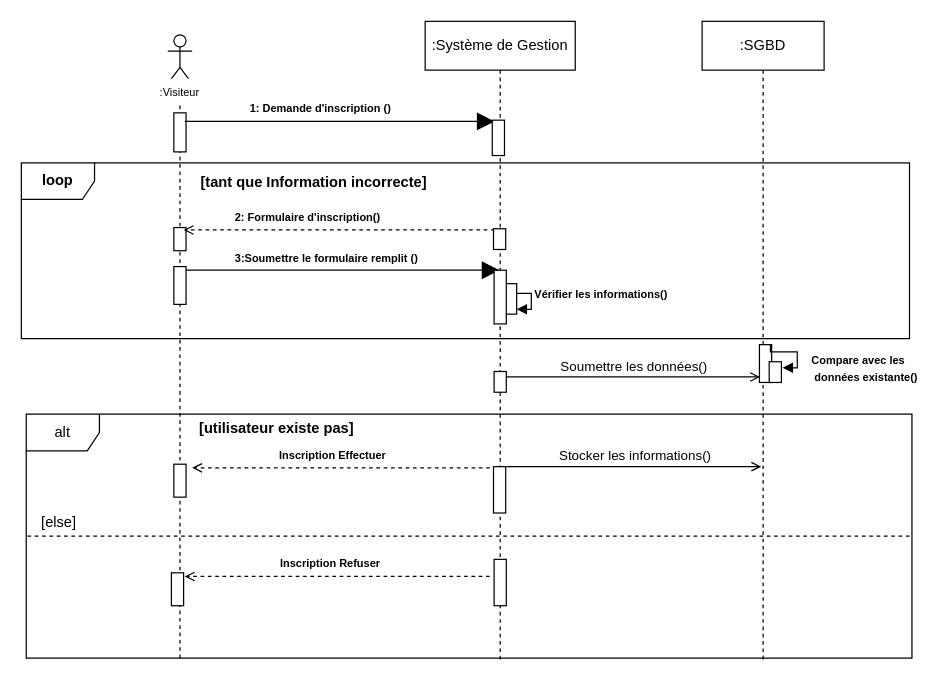
Earlier version of the draw.io diagram Diagramme sequence5.drawio (louis-fresnel99/TpGasaL1). Source tidied: cells renumbered, new cells numbered last; positions are measured from the earlier drawing's top-left corner, leaving out a move shared by most shapes. Both pictures are drawn from the tidied source at 122%, with x=0, y=0 at pixel (21, 21).
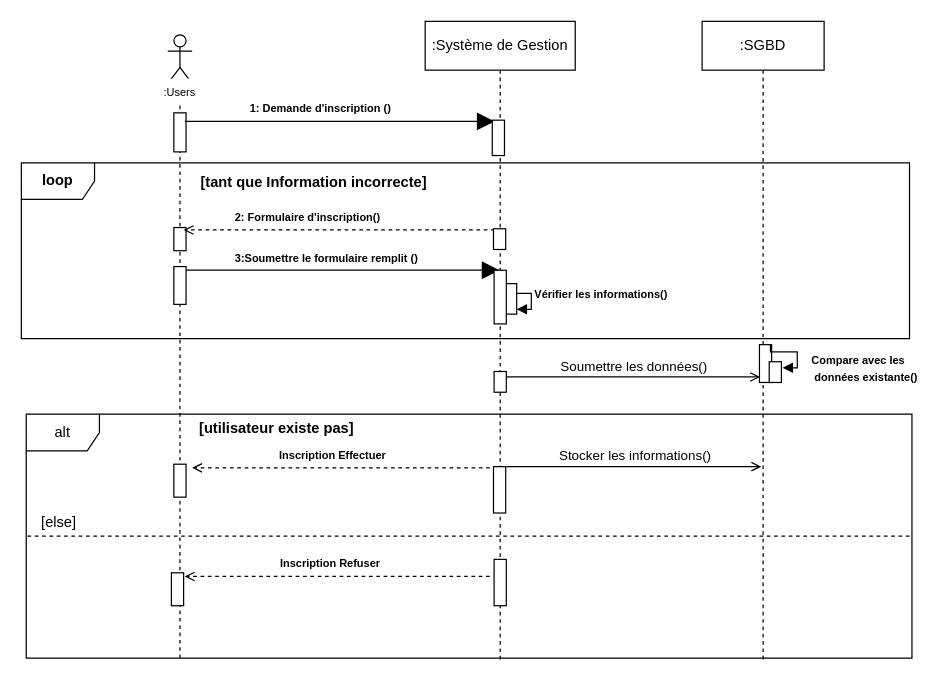
Above is the later version.

Commit message (it also covers changes not shown here):
Mettre à jour Diagramme sequence5.drawio

What changed in the source:
```diff
@@
-    <mxCell id="14" value="&lt;font style=&quot;font-size: 9px;&quot;&gt;:Visiteur&lt;/font&gt;" style="text;html=1;align=center;verticalAlign=middle;whiteSpace=wrap;rounded=0;fillColor=#FFFFFF;" parent="1" vertex="1">
+    <mxCell id="14" value="&lt;font style=&quot;font-size: 9px;&quot;&gt;:Users&lt;/font&gt;" style="text;html=1;align=center;verticalAlign=middle;whiteSpace=wrap;rounded=0;fillColor=#FFFFFF;" parent="1" vertex="1">
       <mxGeometry x="100" y="47" width="60" height="21" as="geometry" />
     </mxCell>
```
